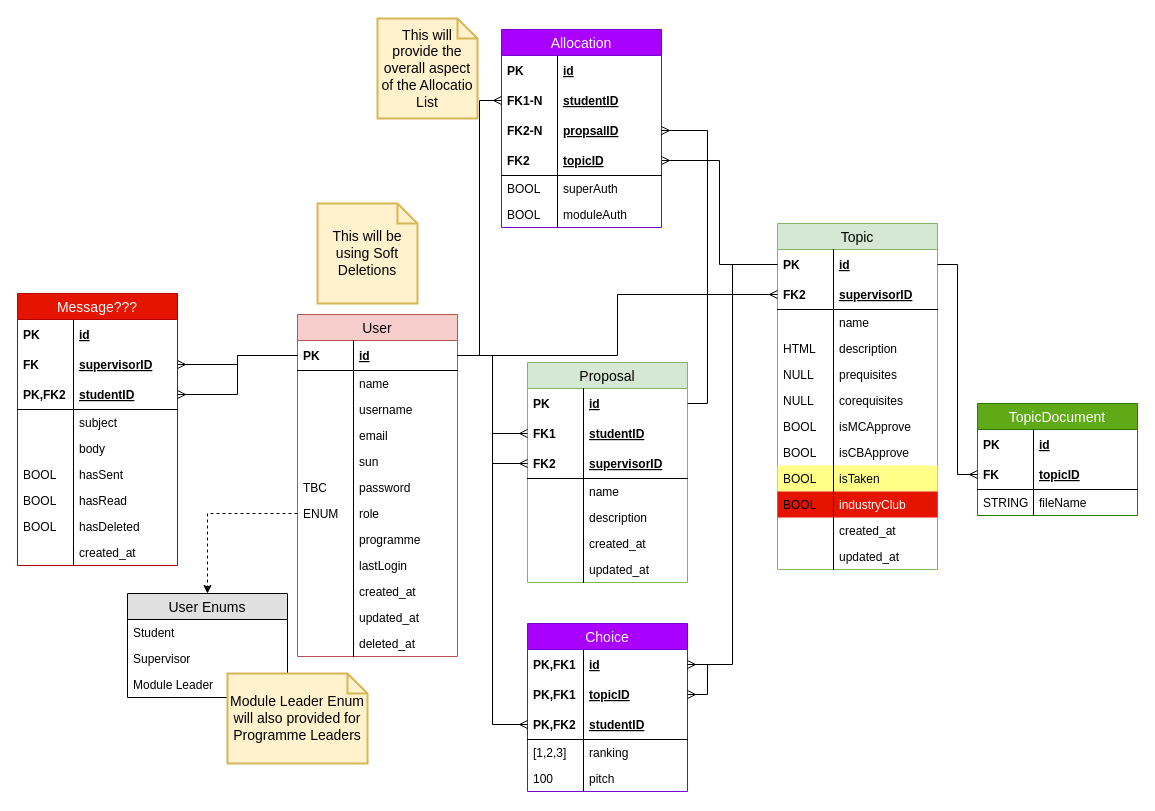
kkgm13/fypallocsys keeps this draw.io diagram as DB Diagram.drawio. Above is the earlier version. Source tidied: cells renumbered, new cells numbered last; positions are measured from the earlier drawing's top-left corner, leaving out a move shared by most shapes. Both pictures are drawn from the tidied source at 100%, with x=0, y=0 at pixel (17, 18).
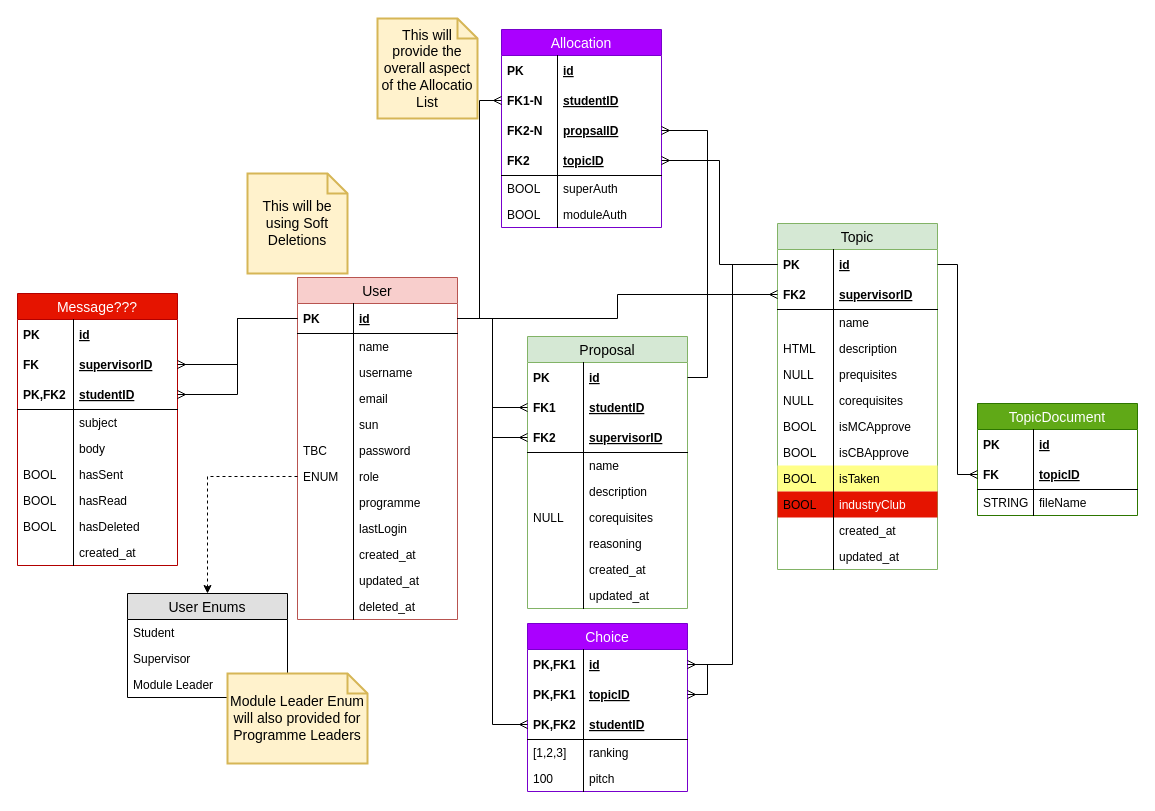
Above is the later version.

The edit, as a diff of the source:
```diff
@@
     <mxCell id="2" value="User" style="swimlane;fontStyle=0;horizontal=1;startSize=26;fillColor=#f8cecc;swimlaneFillColor=#ffffff;align=center;fontSize=14;strokeColor=#b85450;" parent="1" vertex="1">
-      <mxGeometry x="280" y="296" width="160" height="342" as="geometry" />
+      <mxGeometry x="280" y="259" width="160" height="342" as="geometry" />
     </mxCell>
@@
     <mxCell id="68" value="Proposal" style="swimlane;fontStyle=0;horizontal=1;startSize=26;fillColor=#d5e8d4;swimlaneFillColor=#ffffff;align=center;fontSize=14;strokeColor=#82b366;" parent="1" vertex="1">
-      <mxGeometry x="510" y="344" width="160" height="220" as="geometry" />
+      <mxGeometry x="510" y="318" width="160" height="272" as="geometry" />
     </mxCell>
@@
+    <mxCell id="137" value="corequisites" style="shape=partialRectangle;top=0;left=0;right=0;bottom=0;align=left;verticalAlign=top;fillColor=none;spacingLeft=60;spacingRight=4;overflow=hidden;fontSize=12;" parent="68" vertex="1">
+      <mxGeometry y="168" width="160" height="26" as="geometry" />
+    </mxCell>
+    <mxCell id="138" value="NULL" style="shape=partialRectangle;top=0;left=0;bottom=0;fillColor=none;align=left;verticalAlign=top;spacingLeft=4;spacingRight=4;overflow=hidden;fontSize=12;" parent="137" vertex="1">
+      <mxGeometry width="56" height="26" as="geometry" />
+    </mxCell>
+    <mxCell id="139" value="reasoning" style="shape=partialRectangle;top=0;left=0;right=0;bottom=0;align=left;verticalAlign=top;fillColor=none;spacingLeft=60;spacingRight=4;overflow=hidden;fontSize=12;" parent="68" vertex="1">
+      <mxGeometry y="194" width="160" height="26" as="geometry" />
+    </mxCell>
+    <mxCell id="140" style="shape=partialRectangle;top=0;left=0;bottom=0;fillColor=none;align=left;verticalAlign=top;spacingLeft=4;spacingRight=4;overflow=hidden;fontSize=12;" parent="139" vertex="1">
+      <mxGeometry width="56" height="26" as="geometry" />
+    </mxCell>
     <mxCell id="79" value="created_at" style="shape=partialRectangle;top=0;left=0;right=0;bottom=0;align=left;verticalAlign=top;fillColor=none;spacingLeft=60;spacingRight=4;overflow=hidden;fontSize=12;" parent="68" vertex="1">
-      <mxGeometry y="168" width="160" height="26" as="geometry" />
+      <mxGeometry y="220" width="160" height="26" as="geometry" />
     </mxCell>
@@
     <mxCell id="81" value="updated_at" style="shape=partialRectangle;top=0;left=0;right=0;bottom=0;align=left;verticalAlign=top;fillColor=none;spacingLeft=60;spacingRight=4;overflow=hidden;fontSize=12;" parent="68" vertex="1">
-      <mxGeometry y="194" width="160" height="26" as="geometry" />
+      <mxGeometry y="246" width="160" height="26" as="geometry" />
     </mxCell>
@@
     <mxCell id="109" value="This will be using Soft Deletions" style="shape=note;strokeWidth=2;fontSize=14;size=20;whiteSpace=wrap;html=1;fillColor=#fff2cc;strokeColor=#d6b656;" parent="1" vertex="1">
-      <mxGeometry x="300" y="185" width="100" height="100" as="geometry" />
+      <mxGeometry x="230" y="155" width="100" height="100" as="geometry" />
     </mxCell>
```
